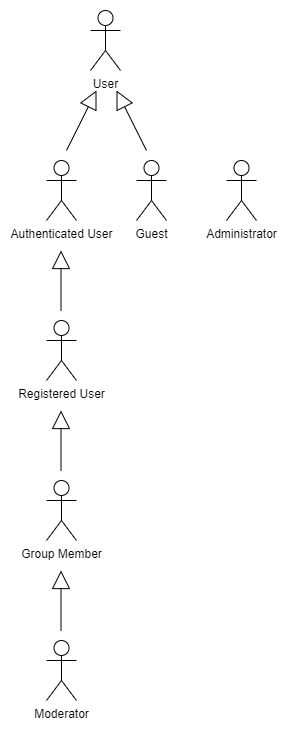
Before: Actors.png, a diagram exported from draw.io (DreFlo/lbaw-2122). Source tidied: cells renumbered, new cells last; positions are measured from the earlier drawing's top-left corner, leaving out a move shared by most shapes.
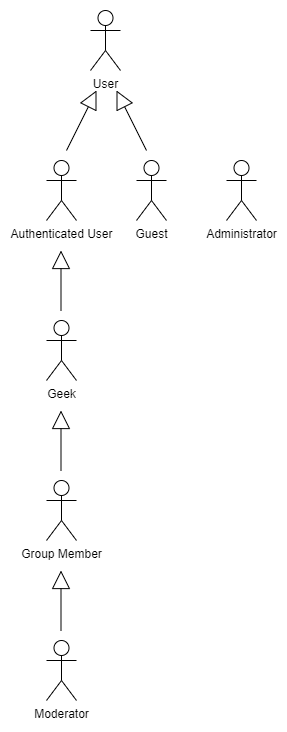
The same file after the commit.

What changed in the source:
```diff
@@ -44,7 +44,7 @@
     <mxCell id="11" value="Administrator" style="shape=umlActor;verticalLabelPosition=bottom;verticalAlign=top;html=1;" parent="1" vertex="1">
       <mxGeometry x="180" y="150" width="30" height="60" as="geometry" />
     </mxCell>
-    <mxCell id="12" value="Registered User" style="shape=umlActor;verticalLabelPosition=bottom;verticalAlign=top;html=1;" parent="1" vertex="1">
+    <mxCell id="12" value="Geek" style="shape=umlActor;verticalLabelPosition=bottom;verticalAlign=top;html=1;" parent="1" vertex="1">
       <mxGeometry y="310" width="30" height="60" as="geometry" />
     </mxCell>
     <mxCell id="13" style="endArrow=block;endSize=16;endFill=0;html=1;" parent="1" edge="1">
```
